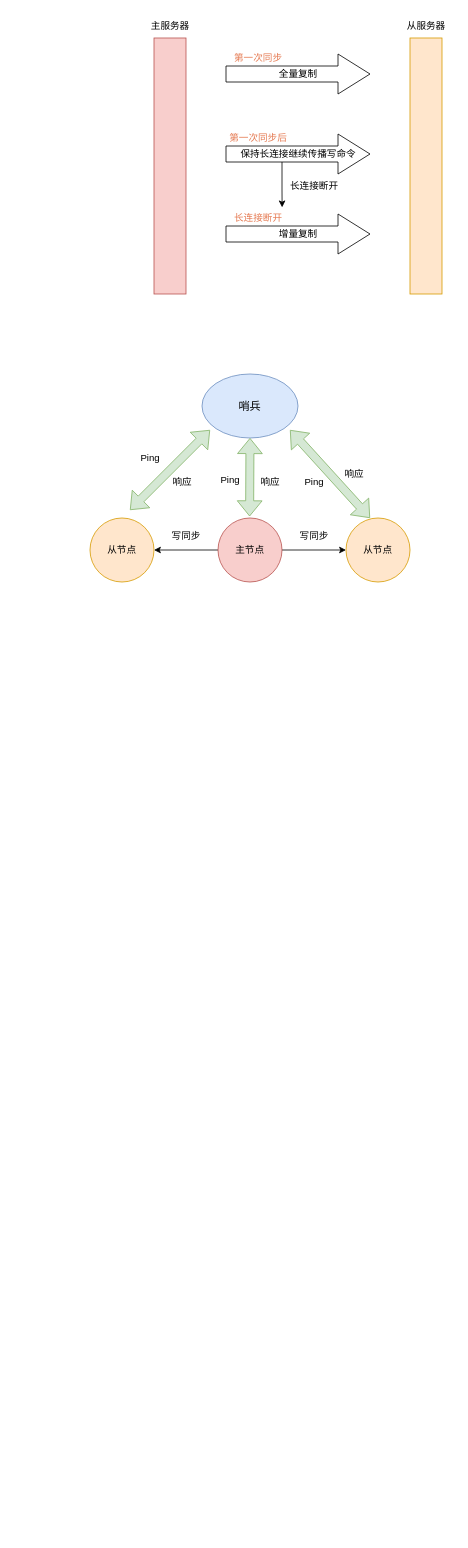
This is redis/Redis.drawio from Floweryu/my-diagrams, a draw.io file, before an edit. Source tidied: cells renumbered, new cells numbered last; positions are measured from the earlier drawing's top-left corner, leaving out a move shared by most shapes. Both pictures are drawn from the tidied source at 80%, with x=0, y=0 at pixel (90, 14).
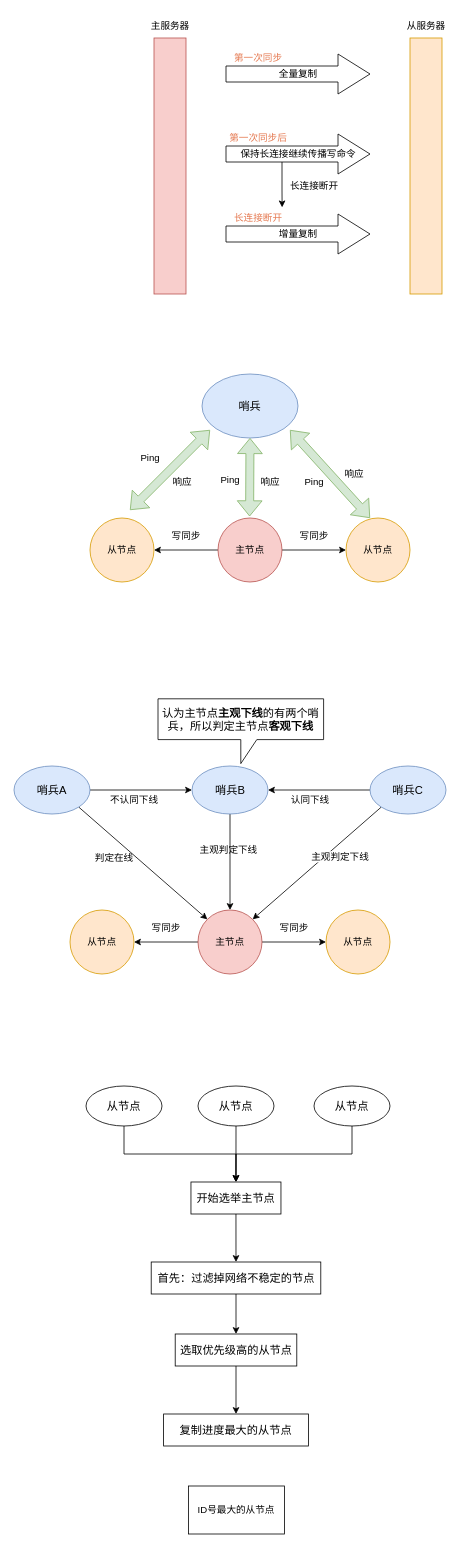
The same page after the edit.

Change to the diagram source:
```diff
@@
+    <mxCell id="31" value="从节点" style="ellipse;whiteSpace=wrap;html=1;fillColor=#ffe6cc;strokeColor=#d79b00;" parent="1" vertex="1">
+      <mxGeometry x="-25" y="1120" width="80" height="80" as="geometry" />
+    </mxCell>
+    <mxCell id="32" style="edgeStyle=orthogonalEdgeStyle;rounded=0;jettySize=auto;html=1;exitX=0;exitY=0.5;exitDx=0;exitDy=0;entryX=1;entryY=0.5;entryDx=0;entryDy=0;" parent="1" edge="1" source="34" target="31">
+      <mxGeometry relative="1" as="geometry" />
+    </mxCell>
+    <mxCell id="33" style="edgeStyle=orthogonalEdgeStyle;rounded=0;jettySize=auto;html=1;exitX=1;exitY=0.5;exitDx=0;exitDy=0;" parent="1" edge="1" source="34" target="35">
+      <mxGeometry relative="1" as="geometry" />
+    </mxCell>
+    <mxCell id="34" value="主节点" style="ellipse;whiteSpace=wrap;html=1;fillColor=#f8cecc;strokeColor=#b85450;" parent="1" vertex="1">
+      <mxGeometry x="135" y="1120" width="80" height="80" as="geometry" />
+    </mxCell>
+    <mxCell id="35" value="从节点" style="ellipse;whiteSpace=wrap;html=1;fillColor=#ffe6cc;strokeColor=#d79b00;" parent="1" vertex="1">
+      <mxGeometry x="295" y="1120" width="80" height="80" as="geometry" />
+    </mxCell>
+    <mxCell id="36" style="rounded=0;jettySize=auto;html=1;exitX=1;exitY=1;exitDx=0;exitDy=0;entryX=0;entryY=0;entryDx=0;entryDy=0;" parent="1" edge="1" source="38" target="34">
+      <mxGeometry relative="1" as="geometry" />
+    </mxCell>
+    <mxCell id="37" style="edgeStyle=orthogonalEdgeStyle;rounded=0;jettySize=auto;html=1;exitX=1;exitY=0.5;exitDx=0;exitDy=0;" parent="1" edge="1" source="38" target="42">
+      <mxGeometry relative="1" as="geometry" />
+    </mxCell>
+    <mxCell id="38" value="&lt;font style=&quot;font-size: 14px;&quot;&gt;哨兵A&lt;/font&gt;" style="ellipse;whiteSpace=wrap;html=1;fillColor=#dae8fc;strokeColor=#6c8ebf;" parent="1" vertex="1">
+      <mxGeometry x="-95" y="940" width="95" height="60" as="geometry" />
+    </mxCell>
+    <mxCell id="39" value="写同步" style="text;html=1;align=center;verticalAlign=middle;strokeColor=none;fillColor=none;" parent="1" vertex="1">
+      <mxGeometry x="225" y="1128" width="60" height="30" as="geometry" />
+    </mxCell>
+    <mxCell id="40" value="写同步" style="text;html=1;align=center;verticalAlign=middle;strokeColor=none;fillColor=none;" parent="1" vertex="1">
+      <mxGeometry x="65" y="1128" width="60" height="30" as="geometry" />
+    </mxCell>
+    <mxCell id="41" style="edgeStyle=orthogonalEdgeStyle;rounded=0;jettySize=auto;html=1;exitX=0.5;exitY=1;exitDx=0;exitDy=0;" parent="1" edge="1" source="42" target="34">
+      <mxGeometry relative="1" as="geometry" />
+    </mxCell>
+    <mxCell id="42" value="&lt;font style=&quot;font-size: 14px;&quot;&gt;哨兵B&lt;/font&gt;" style="ellipse;whiteSpace=wrap;html=1;fillColor=#dae8fc;strokeColor=#6c8ebf;" parent="1" vertex="1">
+      <mxGeometry x="127.5" y="940" width="95" height="60" as="geometry" />
+    </mxCell>
+    <mxCell id="43" style="rounded=0;jettySize=auto;html=1;exitX=0;exitY=1;exitDx=0;exitDy=0;entryX=1;entryY=0;entryDx=0;entryDy=0;" parent="1" edge="1" source="45" target="34">
+      <mxGeometry relative="1" as="geometry" />
+    </mxCell>
+    <mxCell id="44" style="edgeStyle=orthogonalEdgeStyle;rounded=0;jettySize=auto;html=1;exitX=0;exitY=0.5;exitDx=0;exitDy=0;entryX=1;entryY=0.5;entryDx=0;entryDy=0;" parent="1" edge="1" source="45" target="42">
+      <mxGeometry relative="1" as="geometry" />
+    </mxCell>
+    <mxCell id="45" value="&lt;font style=&quot;font-size: 14px;&quot;&gt;哨兵C&lt;/font&gt;" style="ellipse;whiteSpace=wrap;html=1;fillColor=#dae8fc;strokeColor=#6c8ebf;" parent="1" vertex="1">
+      <mxGeometry x="350" y="940" width="95" height="60" as="geometry" />
+    </mxCell>
+    <mxCell id="46" value="判定在线" style="text;html=1;align=center;verticalAlign=middle;strokeColor=none;fillColor=none;" parent="1" vertex="1">
+      <mxGeometry x="-5" y="1040" width="70" height="30" as="geometry" />
+    </mxCell>
+    <mxCell id="47" value="主观判定下线" style="text;html=1;align=center;verticalAlign=middle;strokeColor=none;fillColor=none;" parent="1" vertex="1">
+      <mxGeometry x="122.5" y="1030" width="100" height="30" as="geometry" />
+    </mxCell>
+    <mxCell id="48" value="&lt;span style=&quot;color: rgb(0, 0, 0); font-family: Helvetica; font-size: 12px; font-style: normal; font-variant-ligatures: normal; font-variant-caps: normal; font-weight: 400; letter-spacing: normal; orphans: 2; text-align: center; text-indent: 0px; text-transform: none; widows: 2; word-spacing: 0px; -webkit-text-stroke-width: 0px; background-color: rgb(255, 255, 255); text-decoration-thickness: initial; text-decoration-style: initial; text-decoration-color: initial; float: none; display: inline !important;&quot;&gt;主观判定下线&lt;/span&gt;" style="text;whiteSpace=wrap;html=1;" parent="1" vertex="1">
+      <mxGeometry x="275" y="1040" width="90" height="30" as="geometry" />
+    </mxCell>
+    <mxCell id="49" value="认同下线" style="text;html=1;align=center;verticalAlign=middle;strokeColor=none;fillColor=none;" parent="1" vertex="1">
+      <mxGeometry x="240" y="968" width="70" height="30" as="geometry" />
+    </mxCell>
+    <mxCell id="50" value="不认同下线" style="text;html=1;align=center;verticalAlign=middle;strokeColor=none;fillColor=none;" parent="1" vertex="1">
+      <mxGeometry x="15" y="968" width="80" height="30" as="geometry" />
+    </mxCell>
+    <mxCell id="51" value="&lt;font style=&quot;font-size: 14px;&quot;&gt;认为主节点&lt;b&gt;主观下线&lt;/b&gt;的有两个哨兵，所以判定主节点&lt;b&gt;客观下线&lt;/b&gt;&lt;/font&gt;" style="shape=callout;whiteSpace=wrap;html=1;perimeter=calloutPerimeter;" parent="1" vertex="1">
+      <mxGeometry x="85" y="856" width="207" height="81" as="geometry" />
+    </mxCell>
+    <mxCell id="52" style="edgeStyle=orthogonalEdgeStyle;rounded=0;jettySize=auto;html=1;exitX=0.5;exitY=1;exitDx=0;exitDy=0;entryX=0.5;entryY=0;entryDx=0;entryDy=0;" parent="1" edge="1" source="53" target="59">
+      <mxGeometry relative="1" as="geometry" />
+    </mxCell>
+    <mxCell id="53" value="&lt;font style=&quot;font-size: 14px;&quot;&gt;从节点&lt;/font&gt;" style="ellipse;whiteSpace=wrap;html=1;" parent="1" vertex="1">
+      <mxGeometry x="-5" y="1340" width="95" height="50" as="geometry" />
+    </mxCell>
+    <mxCell id="54" style="edgeStyle=orthogonalEdgeStyle;rounded=0;jettySize=auto;html=1;exitX=0.5;exitY=1;exitDx=0;exitDy=0;entryX=0.5;entryY=0;entryDx=0;entryDy=0;" parent="1" edge="1" source="55" target="59">
+      <mxGeometry relative="1" as="geometry" />
+    </mxCell>
+    <mxCell id="55" value="&lt;font style=&quot;font-size: 14px;&quot;&gt;从节点&lt;/font&gt;" style="ellipse;whiteSpace=wrap;html=1;" parent="1" vertex="1">
+      <mxGeometry x="135" y="1340" width="95" height="50" as="geometry" />
+    </mxCell>
+    <mxCell id="56" style="edgeStyle=orthogonalEdgeStyle;rounded=0;jettySize=auto;html=1;exitX=0.5;exitY=1;exitDx=0;exitDy=0;entryX=0.5;entryY=0;entryDx=0;entryDy=0;" parent="1" edge="1" source="57" target="59">
+      <mxGeometry relative="1" as="geometry" />
+    </mxCell>
+    <mxCell id="57" value="&lt;font style=&quot;font-size: 14px;&quot;&gt;从节点&lt;/font&gt;" style="ellipse;whiteSpace=wrap;html=1;" parent="1" vertex="1">
+      <mxGeometry x="280" y="1340" width="95" height="50" as="geometry" />
+    </mxCell>
+    <mxCell id="58" style="edgeStyle=orthogonalEdgeStyle;rounded=0;jettySize=auto;html=1;exitX=0.5;exitY=1;exitDx=0;exitDy=0;entryX=0.5;entryY=0;entryDx=0;entryDy=0;" parent="1" edge="1" source="59" target="61">
+      <mxGeometry relative="1" as="geometry" />
+    </mxCell>
+    <mxCell id="59" value="&lt;font style=&quot;font-size: 14px;&quot;&gt;开始选举主节点&lt;/font&gt;" style="rounded=0;whiteSpace=wrap;html=1;" parent="1" vertex="1">
+      <mxGeometry x="126.2" y="1460" width="112.5" height="40" as="geometry" />
+    </mxCell>
+    <mxCell id="60" style="edgeStyle=orthogonalEdgeStyle;rounded=0;jettySize=auto;html=1;exitX=0.5;exitY=1;exitDx=0;exitDy=0;entryX=0.5;entryY=0;entryDx=0;entryDy=0;" parent="1" edge="1" source="61" target="63">
+      <mxGeometry relative="1" as="geometry" />
+    </mxCell>
+    <mxCell id="61" value="&lt;font style=&quot;font-size: 14px;&quot;&gt;首先：过滤掉网络不稳定的节点&lt;/font&gt;" style="rounded=0;whiteSpace=wrap;html=1;" parent="1" vertex="1">
+      <mxGeometry x="76.5" y="1560" width="212" height="40" as="geometry" />
+    </mxCell>
+    <mxCell id="62" style="edgeStyle=orthogonalEdgeStyle;rounded=0;jettySize=auto;html=1;exitX=0.5;exitY=1;exitDx=0;exitDy=0;" parent="1" edge="1" source="63" target="64">
+      <mxGeometry relative="1" as="geometry" />
+    </mxCell>
+    <mxCell id="63" value="&lt;font style=&quot;font-size: 14px;&quot;&gt;选取优先级高的从节点&lt;/font&gt;" style="rounded=0;whiteSpace=wrap;html=1;" parent="1" vertex="1">
+      <mxGeometry x="106.5" y="1650" width="152" height="40" as="geometry" />
+    </mxCell>
+    <mxCell id="64" value="&lt;font style=&quot;font-size: 14px;&quot;&gt;复制进度最大的从节点&lt;/font&gt;" style="rounded=0;whiteSpace=wrap;html=1;" parent="1" vertex="1">
+      <mxGeometry x="92" y="1750" width="181" height="40" as="geometry" />
+    </mxCell>
+    <mxCell id="65" value="ID号最大的从节点" style="rounded=0;whiteSpace=wrap;html=1;" parent="1" vertex="1">
+      <mxGeometry x="123" y="1840" width="120" height="60" as="geometry" />
+    </mxCell>
```
